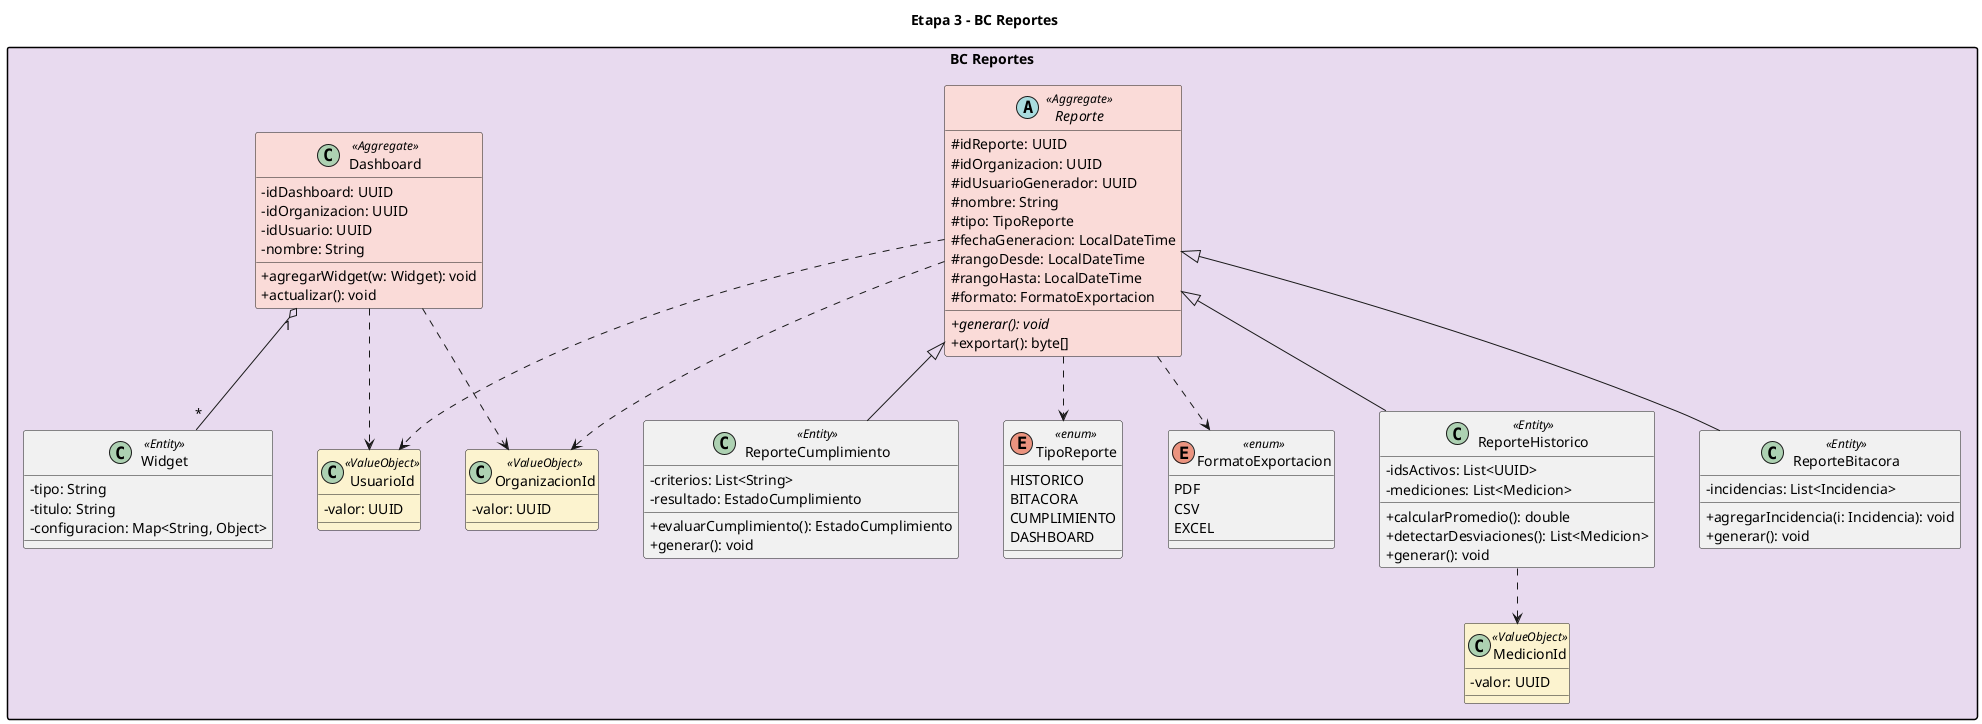
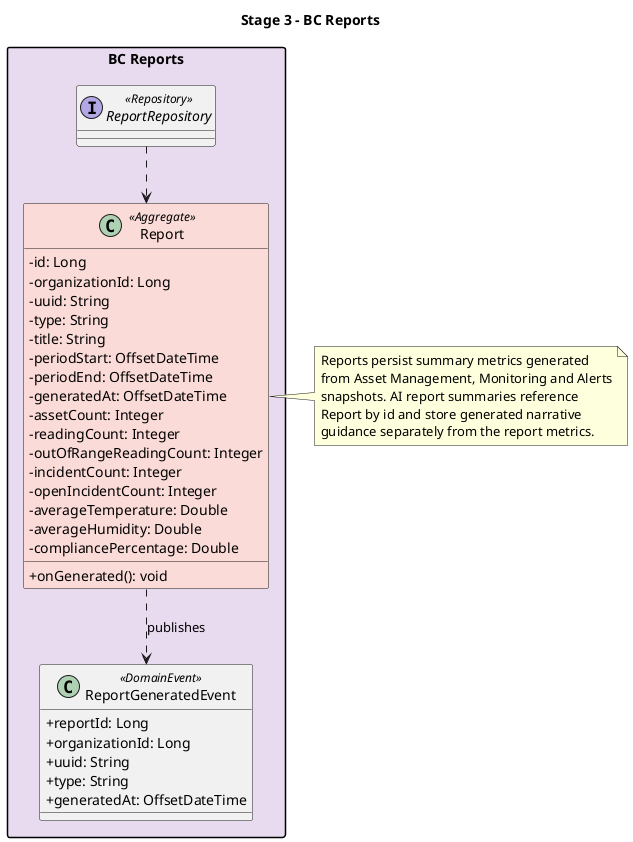
- @startuml ColdTrace-Stage3-BC-Reportes
+ @startuml

- title Etapa 3 - BC Reportes
+ title Stage 3 - BC Reports

skinparam classAttributeIconSize 0
skinparam nodesep 45
skinparam ranksep 55
skinparam packageStyle rectangle
+ skinparam shadowing false

- package "BC Reportes" #E8DAEF {
+ package "BC Reports" #E8DAEF {

-   abstract class Reporte <<Aggregate>> #FADBD8 {
-     # idReporte: UUID
-     # idOrganizacion: UUID
-     # idUsuarioGenerador: UUID
-     # nombre: String
-     # tipo: TipoReporte
-     # fechaGeneracion: LocalDateTime
-     # rangoDesde: LocalDateTime
-     # rangoHasta: LocalDateTime
-     # formato: FormatoExportacion
-     + {abstract} generar(): void
-     + exportar(): byte[]
+   class Report <<Aggregate>> #FADBD8 {
+     - id: Long
+     - organizationId: Long
+     - uuid: String
+     - type: String
+     - title: String
+     - periodStart: OffsetDateTime
+     - periodEnd: OffsetDateTime
+     - generatedAt: OffsetDateTime
+     - assetCount: Integer
+     - readingCount: Integer
+     - outOfRangeReadingCount: Integer
+     - incidentCount: Integer
+     - openIncidentCount: Integer
+     - averageTemperature: Double
+     - averageHumidity: Double
+     - compliancePercentage: Double
+     + onGenerated(): void
  }

-   class Dashboard <<Aggregate>> #FADBD8 {
-     - idDashboard: UUID
-     - idOrganizacion: UUID
-     - idUsuario: UUID
-     - nombre: String
-     + agregarWidget(w: Widget): void
-     + actualizar(): void
+   class ReportGeneratedEvent <<DomainEvent>> {
+     + reportId: Long
+     + organizationId: Long
+     + uuid: String
+     + type: String
+     + generatedAt: OffsetDateTime
  }

-   class ReporteHistorico <<Entity>> {
-     - idsActivos: List<UUID>
-     - mediciones: List<Medicion>
-     + calcularPromedio(): double
-     + detectarDesviaciones(): List<Medicion>
-     + generar(): void
-   }
+   interface ReportRepository <<Repository>>

-   class ReporteBitacora <<Entity>> {
-     - incidencias: List<Incidencia>
-     + agregarIncidencia(i: Incidencia): void
-     + generar(): void
-   }
- 
-   class ReporteCumplimiento <<Entity>> {
-     - criterios: List<String>
-     - resultado: EstadoCumplimiento
-     + evaluarCumplimiento(): EstadoCumplimiento
-     + generar(): void
-   }
- 
-   class Widget <<Entity>> {
-     - tipo: String
-     - titulo: String
-     - configuracion: Map<String, Object>
-   }
- 
-   class UsuarioId <<ValueObject>> #FCF3CF {
-     - valor: UUID
-   }
- 
-   class OrganizacionId <<ValueObject>> #FCF3CF {
-     - valor: UUID
-   }
- 
-   class MedicionId <<ValueObject>> #FCF3CF {
-     - valor: UUID
-   }
- 
-   enum TipoReporte <<enum>> {
-     HISTORICO
-     BITACORA
-     CUMPLIMIENTO
-     DASHBOARD
-   }
- 
-   enum FormatoExportacion <<enum>> {
-     PDF
-     CSV
-     EXCEL
-   }
- 
-   Reporte <|-- ReporteHistorico
-   Reporte <|-- ReporteBitacora
-   Reporte <|-- ReporteCumplimiento
-   Reporte ..> UsuarioId
-   Reporte ..> OrganizacionId
-   Reporte ..> TipoReporte
-   Reporte ..> FormatoExportacion
-   ReporteHistorico ..> MedicionId
-   Dashboard "1" o-- "*" Widget
-   Dashboard ..> UsuarioId
-   Dashboard ..> OrganizacionId
+   ReportRepository ..> Report
+   Report ..> ReportGeneratedEvent : publishes
}

+ note right of Report
+   Reports persist summary metrics generated
+   from Asset Management, Monitoring and Alerts
+   snapshots. AI report summaries reference
+   Report by id and store generated narrative
+   guidance separately from the report metrics.
+ end note
+ 
@enduml
